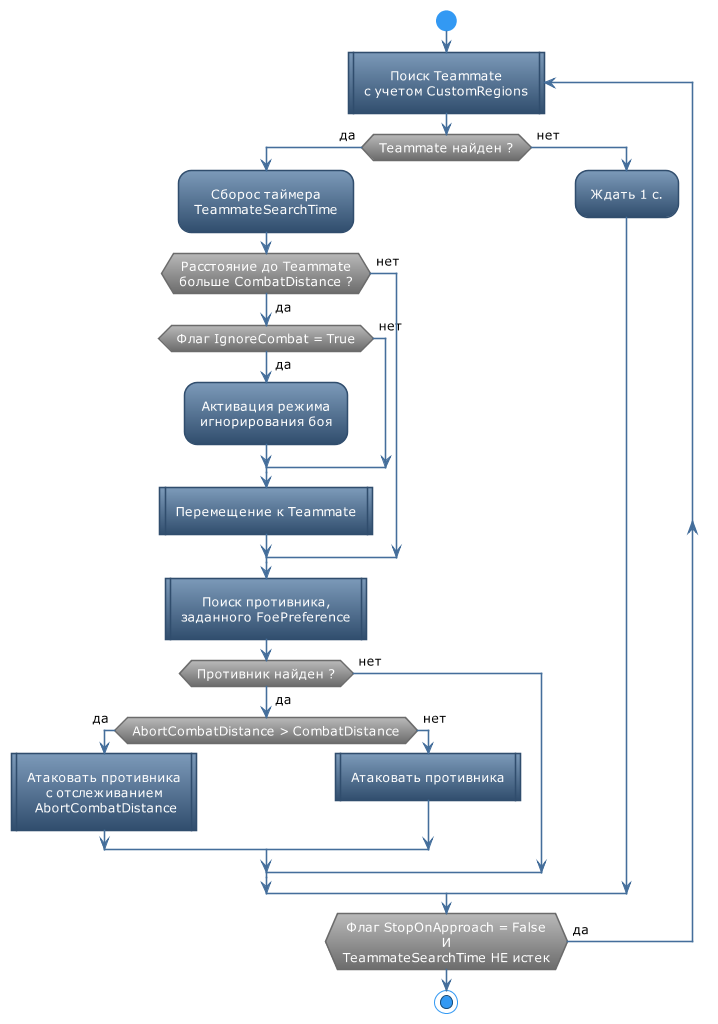
qpAHTA3EP/EntityToolsDocs keeps this PlantUML diagram as Quester/Actions/diagrams/MoveToTeammate.png. Above is the earlier version. The source it was exported from:
```plantuml
@startuml
!theme spacelab
skinparam DefaultTextAlignment Center
skinparam ConditionEndStyle hline

start
repeat :Поиск Teammate\nс учетом CustomRegions|
if(Teammate найден ?) then (<color:black>да)
    :Сборос таймера\nTeammateSearchTime;
    if(Расстояние до Teammate\nбольше CombatDistance ?) then (<color:black>да)
        if (Флаг IgnoreCombat = True) then (<color:black>да)
            :Активация режима\nигнорирования боя;
        else (<color:black>нет)
        endif
        :Перемещение к Teammate|
    else (<color:black>нет)
    endif
    :Поиск противника,\nзаданного FoePreference|
    if(Противник найден ?) then (<color:black>да)
        if(AbortCombatDistance > CombatDistance) then (<color:black>да)
            :Атаковать противника\nс отслеживанием\n AbortCombatDistance|
        else (<color:black>нет)
            :Атаковать противника|
        endif
    else (<color:black>нет)
    endif

else (<color:black>нет)
    :Ждать 1 с.;
endif
repeat while (Флаг StopOnApproach = False\nИ\nTeammateSearchTime НЕ истек) is (<color:black>да)
stop

@enduml
```
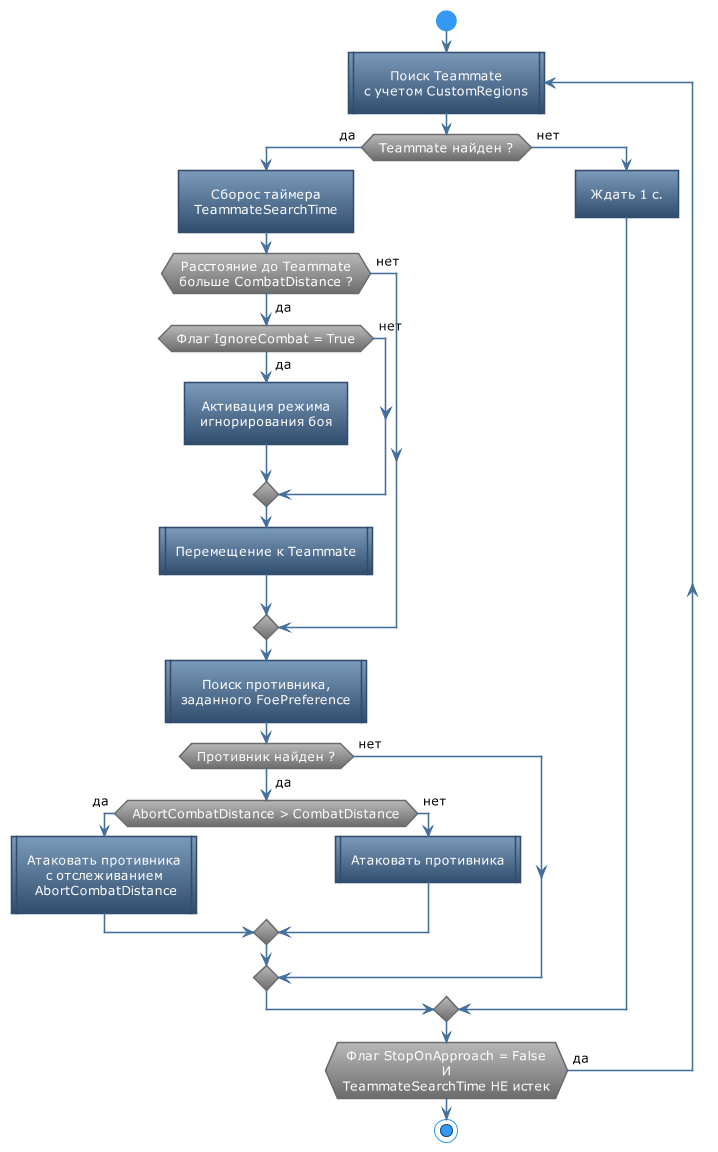
The same diagram one commit later.

Commit message:
Добавил диаграмму QuesterClasses

The edit, as a diff of the source:
```diff
@@ -1,15 +1,14 @@
 @startuml
 !theme spacelab
 skinparam DefaultTextAlignment Center
-skinparam ConditionEndStyle hline
 
 start
 repeat :Поиск Teammate\nс учетом CustomRegions|
 if(Teammate найден ?) then (<color:black>да)
-    :Сборос таймера\nTeammateSearchTime;
+    :Сборос таймера\nTeammateSearchTime]
     if(Расстояние до Teammate\nбольше CombatDistance ?) then (<color:black>да)
         if (Флаг IgnoreCombat = True) then (<color:black>да)
-            :Активация режима\nигнорирования боя;
+            :Активация режима\nигнорирования боя]
         else (<color:black>нет)
         endif
         :Перемещение к Teammate|
@@ -26,7 +25,7 @@
     endif
 
 else (<color:black>нет)
-    :Ждать 1 с.;
+    :Ждать 1 с.]
 endif
 repeat while (Флаг StopOnApproach = False\nИ\nTeammateSearchTime НЕ истек) is (<color:black>да)
 stop
```
